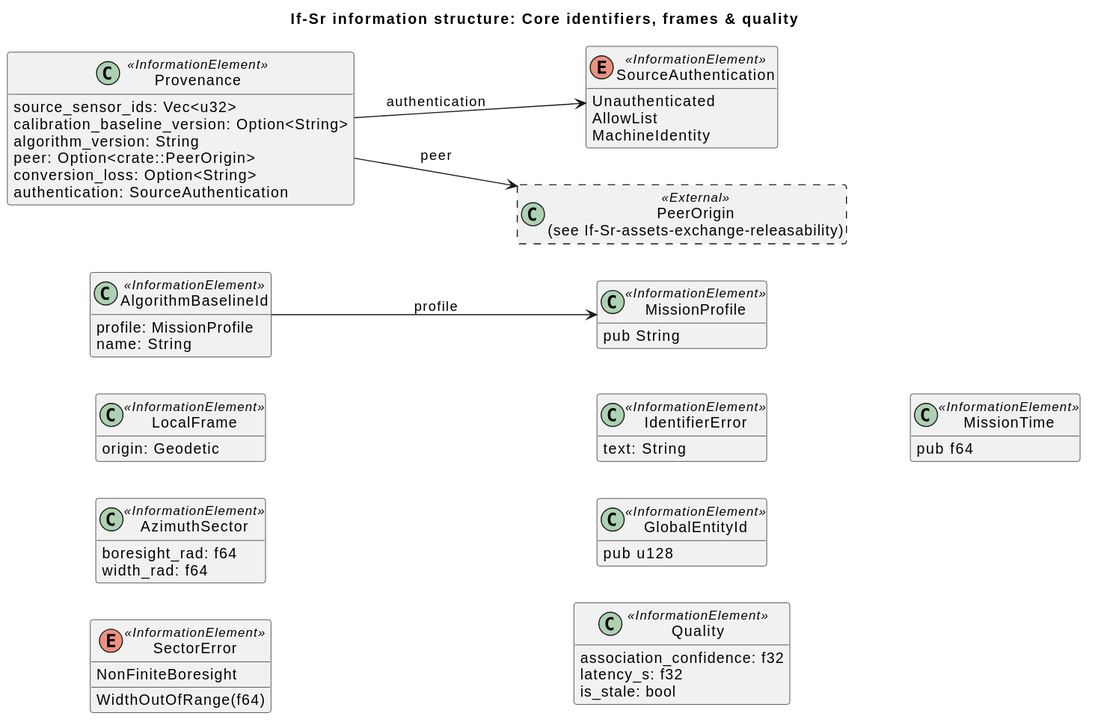
WayneRoessling/gungnir keeps this PlantUML diagram as docs/architecture/uaf/rendered/information/If-Sr-core-identifiers-frames-quality.svg. Above is the earlier version.
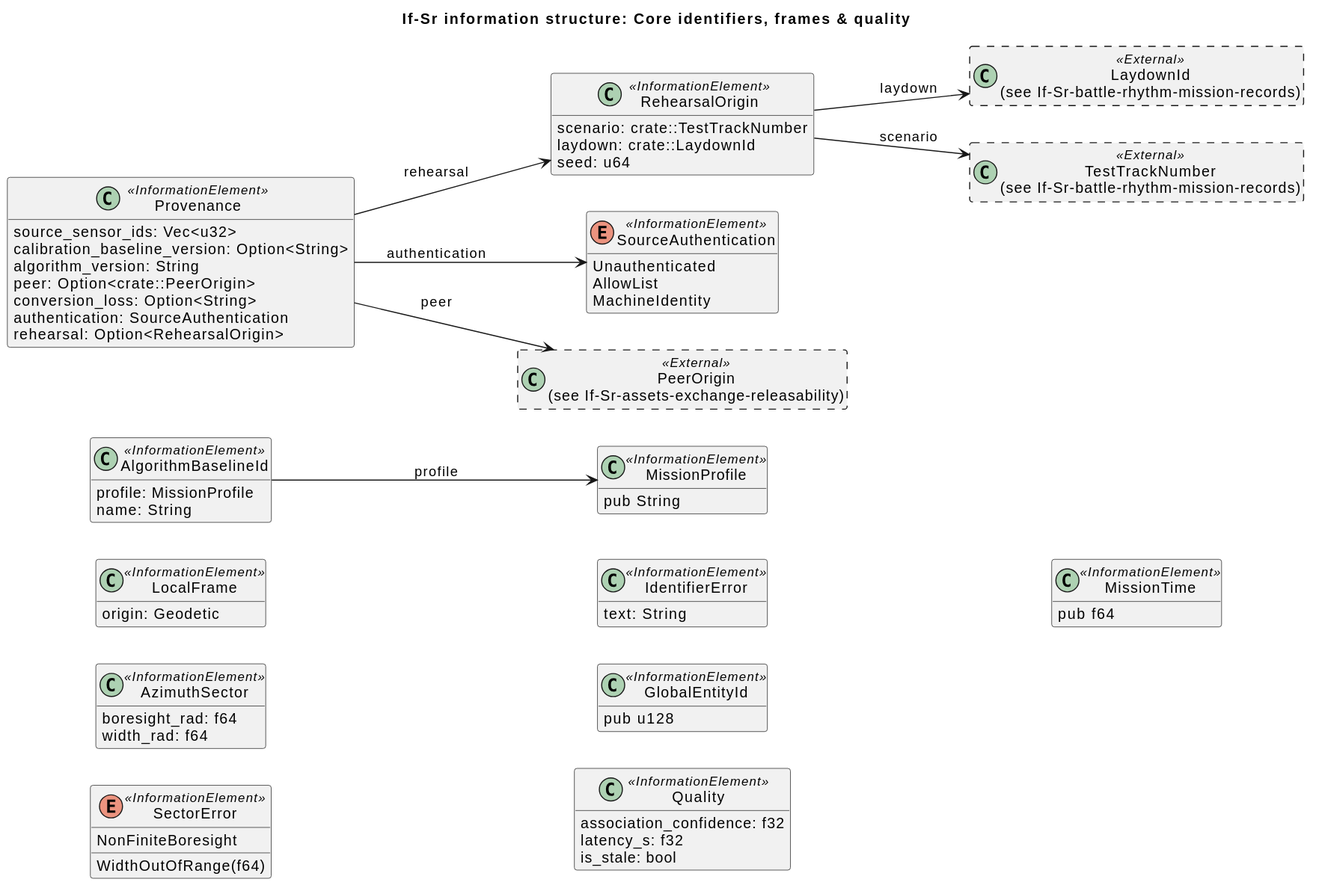
The same file after the commit.

The edit, as a diff of the source:
```diff
@@ -34,6 +34,12 @@
   peer: Option<crate::PeerOrigin>
   conversion_loss: Option<String>
   authentication: SourceAuthentication
+  rehearsal: Option<RehearsalOrigin>
+}
+class "RehearsalOrigin" as RehearsalOrigin <<InformationElement>> {
+  scenario: crate::TestTrackNumber
+  laydown: crate::LaydownId
+  seed: u64
 }
 enum "SourceAuthentication" as SourceAuthentication <<InformationElement>> {
   Unauthenticated
@@ -48,9 +54,16 @@
 class "MissionTime" as MissionTime <<InformationElement>> {
   pub f64
 }
+class "LaydownId\n(see If-Sr-battle-rhythm-mission-records)" as LaydownId <<External>> #line.dashed {
+}
 class "PeerOrigin\n(see If-Sr-assets-exchange-releasability)" as PeerOrigin <<External>> #line.dashed {
+}
+class "TestTrackNumber\n(see If-Sr-battle-rhythm-mission-records)" as TestTrackNumber <<External>> #line.dashed {
 }
 AlgorithmBaselineId --> MissionProfile : profile
 Provenance --> PeerOrigin : peer
+Provenance --> RehearsalOrigin : rehearsal
 Provenance --> SourceAuthentication : authentication
+RehearsalOrigin --> LaydownId : laydown
+RehearsalOrigin --> TestTrackNumber : scenario
 @enduml
```
